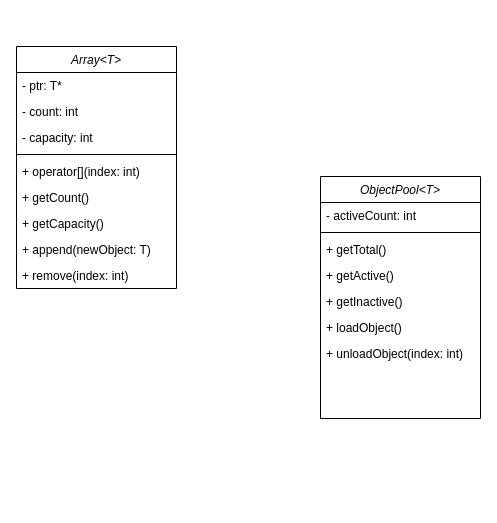
Earlier version of the draw.io diagram ObjectPool Class Diagram.drawio (SamGoode/CDDS_Optimise). Source tidied: cells renumbered, new cells numbered last; positions are measured from the earlier drawing's top-left corner, leaving out a move shared by most shapes. Both pictures are drawn from the tidied source at 100%, with x=0, y=0 at pixel (16, 46).
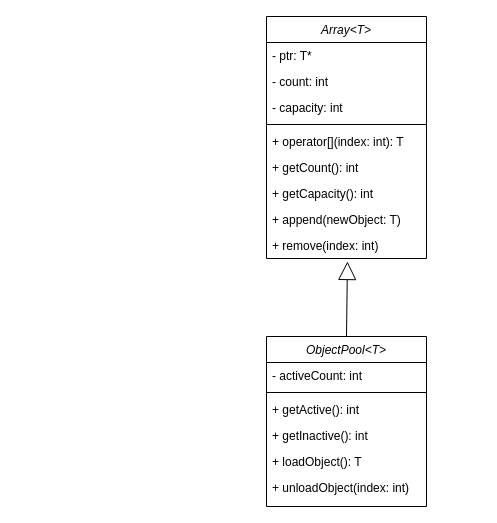
The same page after the edit.

Diff of the diagram source:
```diff
@@
 <mxGraphModel>
   <root>
     <mxCell id="0" />
     <mxCell id="1" parent="0" />
     <mxCell id="2" value="ObjectPool&lt;T&gt;" style="swimlane;fontStyle=2;align=center;verticalAlign=top;horizontal=1;startSize=26;rounded=0;shadow=0;strokeWidth=1;" parent="1" vertex="1">
-      <mxGeometry x="304" y="130" width="160" height="242" as="geometry" />
+      <mxGeometry x="250" y="290" width="160" height="170" as="geometry" />
     </mxCell>
     <mxCell id="3" value="- activeCount: int" style="text;align=left;verticalAlign=top;spacingLeft=4;spacingRight=4;overflow=hidden;rounded=0;shadow=0;html=0;" parent="2" vertex="1">
       <mxGeometry y="26" width="160" height="26" as="geometry" />
     </mxCell>
     <mxCell id="4" style="line;html=1;strokeWidth=1;align=left;verticalAlign=middle;spacingTop=-1;spacingLeft=3;spacingRight=3;labelPosition=right;" parent="2" vertex="1">
       <mxGeometry y="52" width="160" height="8" as="geometry" />
     </mxCell>
-    <mxCell id="5" value="+ getTotal()" style="text;align=left;verticalAlign=top;spacingLeft=4;spacingRight=4;overflow=hidden;" parent="2" vertex="1">
-      <mxGeometry y="60" width="160" height="26" as="geometry" />
-    </mxCell>
-    <mxCell id="6" value="+ getActive()" style="text;align=left;verticalAlign=top;spacingLeft=4;spacingRight=4;overflow=hidden;" parent="2" vertex="1">
-      <mxGeometry y="86" width="160" height="26" as="geometry" />
+    <mxCell id="6" value="+ getActive(): int" style="text;align=left;verticalAlign=top;spacingLeft=4;spacingRight=4;overflow=hidden;" parent="2" vertex="1">
+      <mxGeometry y="60" width="160" height="26" as="geometry" />
     </mxCell>
-    <mxCell id="7" value="+ getInactive()" style="text;align=left;verticalAlign=top;spacingLeft=4;spacingRight=4;overflow=hidden;" parent="2" vertex="1">
-      <mxGeometry y="112" width="160" height="26" as="geometry" />
+    <mxCell id="7" value="+ getInactive(): int" style="text;align=left;verticalAlign=top;spacingLeft=4;spacingRight=4;overflow=hidden;" parent="2" vertex="1">
+      <mxGeometry y="86" width="160" height="26" as="geometry" />
     </mxCell>
-    <mxCell id="8" value="+ loadObject()" style="text;align=left;verticalAlign=top;spacingLeft=4;spacingRight=4;overflow=hidden;" parent="2" vertex="1">
-      <mxGeometry y="138" width="160" height="26" as="geometry" />
+    <mxCell id="8" value="+ loadObject(): T" style="text;align=left;verticalAlign=top;spacingLeft=4;spacingRight=4;overflow=hidden;" parent="2" vertex="1">
+      <mxGeometry y="112" width="160" height="26" as="geometry" />
     </mxCell>
     <mxCell id="9" value="+ unloadObject(index: int)" style="text;align=left;verticalAlign=top;spacingLeft=4;spacingRight=4;overflow=hidden;" parent="2" vertex="1">
-      <mxGeometry y="164" width="160" height="26" as="geometry" />
+      <mxGeometry y="138" width="160" height="26" as="geometry" />
     </mxCell>
     <mxCell id="10" value="Array&lt;T&gt;" style="swimlane;fontStyle=2;align=center;verticalAlign=top;horizontal=1;startSize=26;rounded=0;shadow=0;strokeWidth=1;" parent="1" vertex="1">
-      <mxGeometry width="160" height="242" as="geometry" />
+      <mxGeometry x="250" y="-30" width="160" height="242" as="geometry" />
     </mxCell>
     <mxCell id="11" value="- ptr: T*" style="text;align=left;verticalAlign=top;spacingLeft=4;spacingRight=4;overflow=hidden;" parent="10" vertex="1">
       <mxGeometry y="26" width="160" height="26" as="geometry" />
     </mxCell>
     <mxCell id="12" value="- count: int" style="text;align=left;verticalAlign=top;spacingLeft=4;spacingRight=4;overflow=hidden;rounded=0;shadow=0;html=0;" parent="10" vertex="1">
       <mxGeometry y="52" width="160" height="26" as="geometry" />
     </mxCell>
     <mxCell id="13" value="- capacity: int" style="text;align=left;verticalAlign=top;spacingLeft=4;spacingRight=4;overflow=hidden;rounded=0;shadow=0;html=0;" parent="10" vertex="1">
       <mxGeometry y="78" width="160" height="26" as="geometry" />
     </mxCell>
     <mxCell id="14" style="line;html=1;strokeWidth=1;align=left;verticalAlign=middle;spacingTop=-1;spacingLeft=3;spacingRight=3;labelPosition=right;" parent="10" vertex="1">
       <mxGeometry y="104" width="160" height="8" as="geometry" />
     </mxCell>
-    <mxCell id="15" value="+ operator[](index: int)" style="text;align=left;verticalAlign=top;spacingLeft=4;spacingRight=4;overflow=hidden;" parent="10" vertex="1">
+    <mxCell id="15" value="+ operator[](index: int): T" style="text;align=left;verticalAlign=top;spacingLeft=4;spacingRight=4;overflow=hidden;" parent="10" vertex="1">
       <mxGeometry y="112" width="160" height="26" as="geometry" />
     </mxCell>
-    <mxCell id="16" value="+ getCount()" style="text;align=left;verticalAlign=top;spacingLeft=4;spacingRight=4;overflow=hidden;" parent="10" vertex="1">
+    <mxCell id="16" value="+ getCount(): int" style="text;align=left;verticalAlign=top;spacingLeft=4;spacingRight=4;overflow=hidden;" parent="10" vertex="1">
       <mxGeometry y="138" width="160" height="26" as="geometry" />
     </mxCell>
-    <mxCell id="17" value="+ getCapacity()" style="text;align=left;verticalAlign=top;spacingLeft=4;spacingRight=4;overflow=hidden;" parent="10" vertex="1">
+    <mxCell id="17" value="+ getCapacity(): int" style="text;align=left;verticalAlign=top;spacingLeft=4;spacingRight=4;overflow=hidden;" parent="10" vertex="1">
       <mxGeometry y="164" width="160" height="26" as="geometry" />
     </mxCell>
     <mxCell id="18" value="+ append(newObject: T)" style="text;align=left;verticalAlign=top;spacingLeft=4;spacingRight=4;overflow=hidden;" parent="10" vertex="1">
       <mxGeometry y="190" width="160" height="26" as="geometry" />
     </mxCell>
     <mxCell id="19" value="+ remove(index: int)" style="text;align=left;verticalAlign=top;spacingLeft=4;spacingRight=4;overflow=hidden;points=[[0,0.5],[1,0.5]];portConstraint=eastwest;" parent="10" vertex="1">
       <mxGeometry y="216" width="160" height="26" as="geometry" />
     </mxCell>
+    <mxCell id="20" style="endArrow=block;endSize=16;endFill=0;rounded=0;html=1;exitX=0.5;exitY=0;exitDx=0;exitDy=0;entryX=0.506;entryY=1.115;entryDx=0;entryDy=0;entryPerimeter=0;" parent="1" edge="1" source="2" target="19">
+      <mxGeometry relative="1" as="geometry" />
+    </mxCell>
   </root>
 </mxGraphModel>
```
